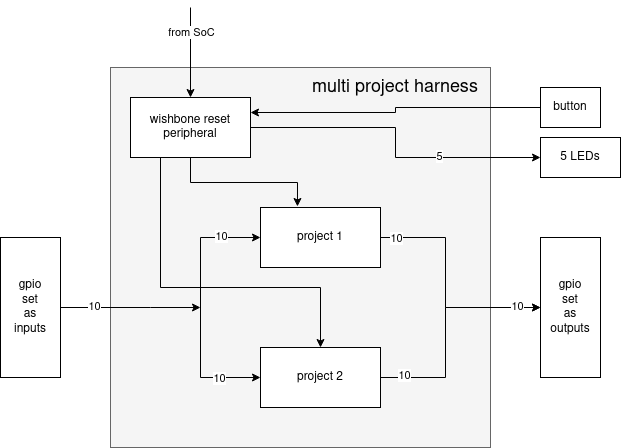
This is docs/multi-project-harness.png from mattvenn/multi-project-harness, a draw.io export, as it was before one commit. Source tidied: cells renumbered, new cells last; positions are measured from the earlier drawing's top-left corner, leaving out a move shared by most shapes.
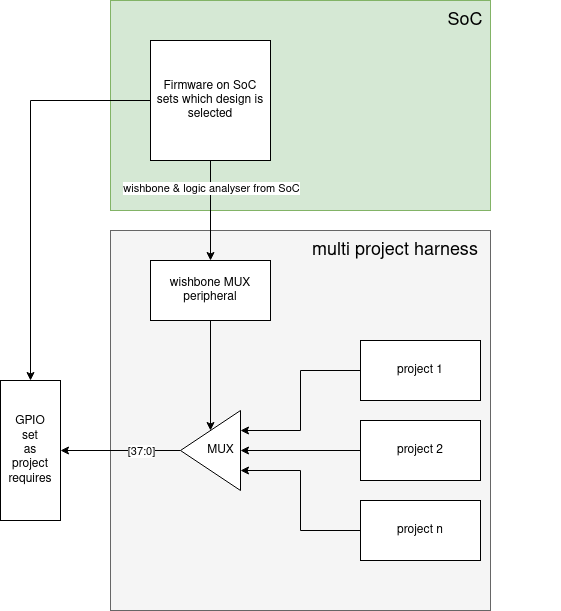
Later version of the same file.

The edit, as a diff of the source:
```diff
@@ -2,113 +2,79 @@
   <root>
     <mxCell id="0" />
     <mxCell id="1" parent="0" />
+    <mxCell id="28" style="rounded=0;whiteSpace=wrap;html=1;fillColor=#d5e8d4;strokeColor=#82b366;" parent="1" vertex="1">
+      <mxGeometry x="120" y="30" width="380" height="210" as="geometry" />
+    </mxCell>
     <mxCell id="2" style="rounded=0;whiteSpace=wrap;html=1;fillColor=#f5f5f5;strokeColor=#666666;fontColor=#333333;" parent="1" vertex="1">
-      <mxGeometry x="110" y="60" width="380" height="380" as="geometry" />
+      <mxGeometry x="120" y="260" width="380" height="380" as="geometry" />
     </mxCell>
-    <mxCell id="3" style="edgeStyle=orthogonalEdgeStyle;rounded=0;jettySize=auto;html=1;exitX=1;exitY=0.5;exitDx=0;exitDy=0;entryX=0;entryY=0.5;entryDx=0;entryDy=0;startArrow=none;startFill=0;" parent="1" edge="1" source="5" target="16">
-      <mxGeometry relative="1" as="geometry">
-        <Array as="points">
-          <mxPoint x="445" y="230" />
-          <mxPoint x="445" y="300" />
-        </Array>
-      </mxGeometry>
-    </mxCell>
-    <mxCell id="4" value="10" style="edgeLabel;html=1;align=center;verticalAlign=middle;" parent="3" vertex="1">
-      <mxGeometry x="-0.87" relative="1" as="geometry" />
-    </mxCell>
     <mxCell id="5" value="project 1" style="rounded=0;whiteSpace=wrap;html=1;" parent="1" vertex="1">
-      <mxGeometry x="260" y="200" width="120" height="60" as="geometry" />
+      <mxGeometry x="370" y="370" width="120" height="60" as="geometry" />
     </mxCell>
-    <mxCell id="6" style="edgeStyle=orthogonalEdgeStyle;rounded=0;jettySize=auto;html=1;exitX=1;exitY=0.5;exitDx=0;exitDy=0;entryX=0;entryY=0.5;entryDx=0;entryDy=0;startArrow=none;startFill=0;" parent="1" edge="1" source="9" target="16">
-      <mxGeometry relative="1" as="geometry">
-        <Array as="points">
-          <mxPoint x="445" y="370" />
-          <mxPoint x="445" y="300" />
-        </Array>
-      </mxGeometry>
-    </mxCell>
-    <mxCell id="7" value="10" style="edgeLabel;html=1;align=center;verticalAlign=middle;" parent="6" vertex="1">
-      <mxGeometry x="-0.8" y="3" relative="1" as="geometry" />
-    </mxCell>
-    <mxCell id="8" value="10" style="edgeLabel;html=1;align=center;verticalAlign=middle;" parent="6" vertex="1">
-      <mxGeometry x="0.79" y="2" relative="1" as="geometry" />
-    </mxCell>
     <mxCell id="9" value="project 2" style="rounded=0;whiteSpace=wrap;html=1;" parent="1" vertex="1">
-      <mxGeometry x="260" y="340" width="120" height="60" as="geometry" />
+      <mxGeometry x="370" y="450" width="120" height="60" as="geometry" />
     </mxCell>
-    <mxCell id="10" style="edgeStyle=orthogonalEdgeStyle;rounded=0;jettySize=auto;html=1;entryX=0;entryY=0.5;entryDx=0;entryDy=0;exitX=0;exitY=0.5;exitDx=0;exitDy=0;startArrow=classic;startFill=1;" parent="1" edge="1" source="9" target="5">
-      <mxGeometry relative="1" as="geometry">
-        <Array as="points">
-          <mxPoint x="200" y="370" />
-          <mxPoint x="200" y="230" />
-        </Array>
-      </mxGeometry>
-    </mxCell>
-    <mxCell id="11" value="10" style="edgeLabel;html=1;align=center;verticalAlign=middle;" parent="10" vertex="1">
-      <mxGeometry x="-0.68" relative="1" as="geometry" />
-    </mxCell>
-    <mxCell id="12" value="10" style="edgeLabel;html=1;align=center;verticalAlign=middle;" parent="10" vertex="1">
-      <mxGeometry x="0.69" y="2" relative="1" as="geometry" />
-    </mxCell>
-    <mxCell id="13" style="edgeStyle=orthogonalEdgeStyle;rounded=0;jettySize=auto;html=1;exitX=1;exitY=0.5;exitDx=0;exitDy=0;" parent="1" edge="1" source="15">
-      <mxGeometry relative="1" as="geometry">
-        <mxPoint x="200" y="300" as="targetPoint" />
-        <Array as="points">
-          <mxPoint x="150" y="300" />
-          <mxPoint x="150" y="300" />
-        </Array>
-      </mxGeometry>
-    </mxCell>
-    <mxCell id="14" value="10" style="edgeLabel;html=1;align=center;verticalAlign=middle;" parent="13" vertex="1">
-      <mxGeometry x="-0.25" y="20" relative="1" as="geometry">
-        <mxPoint x="-20" y="18" as="offset" />
-      </mxGeometry>
-    </mxCell>
-    <mxCell id="15" value="&lt;div&gt;gpio&lt;/div&gt;&lt;div&gt;set&lt;/div&gt;&lt;div&gt;as &lt;br&gt;&lt;/div&gt;&lt;div&gt;inputs&lt;br&gt;&lt;/div&gt;" style="rounded=0;whiteSpace=wrap;html=1;" parent="1" vertex="1">
-      <mxGeometry y="230" width="60" height="140" as="geometry" />
+    <mxCell id="15" value="&lt;div&gt;GPIO&lt;/div&gt;&lt;div&gt;set&lt;/div&gt;&lt;div&gt;as &lt;br&gt;&lt;/div&gt;&lt;div&gt;project&lt;/div&gt;&lt;div&gt;requires&lt;br&gt;&lt;/div&gt;" style="rounded=0;whiteSpace=wrap;html=1;" parent="1" vertex="1">
+      <mxGeometry x="10" y="410" width="60" height="140" as="geometry" />
     </mxCell>
-    <mxCell id="16" value="&lt;div&gt;gpio&lt;/div&gt;&lt;div&gt;set&lt;/div&gt;&lt;div&gt;as &lt;br&gt;&lt;/div&gt;&lt;div&gt;outputs&lt;br&gt;&lt;/div&gt;" style="rounded=0;whiteSpace=wrap;html=1;" parent="1" vertex="1">
-      <mxGeometry x="540" y="230" width="60" height="140" as="geometry" />
-    </mxCell>
-    <mxCell id="17" style="edgeStyle=orthogonalEdgeStyle;rounded=0;jettySize=auto;html=1;exitX=0.5;exitY=1;exitDx=0;exitDy=0;entryX=0.308;entryY=-0.017;entryDx=0;entryDy=0;entryPerimeter=0;startArrow=none;startFill=0;" parent="1" edge="1" source="21" target="5">
-      <mxGeometry relative="1" as="geometry" />
-    </mxCell>
-    <mxCell id="18" style="edgeStyle=orthogonalEdgeStyle;rounded=0;jettySize=auto;html=1;exitX=0.25;exitY=1;exitDx=0;exitDy=0;entryX=0.5;entryY=0;entryDx=0;entryDy=0;startArrow=none;startFill=0;" parent="1" edge="1" source="21" target="9">
-      <mxGeometry relative="1" as="geometry">
-        <Array as="points">
-          <mxPoint x="160" y="280" />
-          <mxPoint x="320" y="280" />
-        </Array>
-      </mxGeometry>
-    </mxCell>
-    <mxCell id="19" style="edgeStyle=orthogonalEdgeStyle;rounded=0;jettySize=auto;html=1;startArrow=none;startFill=0;" parent="1" edge="1" source="21" target="27">
-      <mxGeometry relative="1" as="geometry" />
-    </mxCell>
-    <mxCell id="20" value="5" style="edgeLabel;html=1;align=center;verticalAlign=middle;" parent="19" vertex="1">
-      <mxGeometry x="0.36" y="2" relative="1" as="geometry" />
-    </mxCell>
-    <mxCell id="21" value="wishbone reset peripheral" style="rounded=0;whiteSpace=wrap;html=1;" parent="1" vertex="1">
-      <mxGeometry x="130" y="90" width="120" height="60" as="geometry" />
+    <mxCell id="21" value="wishbone MUX peripheral" style="rounded=0;whiteSpace=wrap;html=1;" parent="1" vertex="1">
+      <mxGeometry x="160" y="290" width="120" height="60" as="geometry" />
     </mxCell>
-    <mxCell id="22" style="endArrow=classic;html=1;entryX=0.5;entryY=0;entryDx=0;entryDy=0;" parent="1" edge="1" target="21">
-      <mxGeometry relative="1" as="geometry">
-        <mxPoint x="190" as="sourcePoint" />
-      </mxGeometry>
+    <mxCell id="22" style="endArrow=classic;html=1;entryX=0.5;entryY=0;entryDx=0;entryDy=0;exitX=0.5;exitY=1;exitDx=0;exitDy=0;" parent="1" edge="1" source="30" target="21">
+      <mxGeometry relative="1" as="geometry" />
     </mxCell>
-    <mxCell id="23" value="from SoC" style="edgeLabel;html=1;align=center;verticalAlign=middle;" parent="22" vertex="1">
+    <mxCell id="23" value="wishbone &amp;amp; logic analyser from SoC" style="edgeLabel;html=1;align=center;verticalAlign=middle;" parent="22" vertex="1">
       <mxGeometry x="-0.47" relative="1" as="geometry" />
     </mxCell>
     <mxCell id="24" value="&lt;font style=&quot;font-size: 18px&quot;&gt;multi project harness&lt;/font&gt;" style="text;html=1;strokeColor=none;fillColor=none;align=center;verticalAlign=middle;whiteSpace=wrap;rounded=0;" parent="1" vertex="1">
-      <mxGeometry x="300" y="70" width="190" height="20" as="geometry" />
+      <mxGeometry x="310" y="270" width="190" height="20" as="geometry" />
     </mxCell>
-    <mxCell id="25" style="edgeStyle=orthogonalEdgeStyle;rounded=0;jettySize=auto;html=1;exitX=0;exitY=0.5;exitDx=0;exitDy=0;entryX=1;entryY=0.25;entryDx=0;entryDy=0;startArrow=none;startFill=0;" parent="1" edge="1" source="26" target="21">
-      <mxGeometry relative="1" as="geometry" />
-    </mxCell>
-    <mxCell id="26" value="button " style="rounded=0;whiteSpace=wrap;html=1;" parent="1" vertex="1">
-      <mxGeometry x="540" y="80" width="60" height="40" as="geometry" />
-    </mxCell>
-    <mxCell id="27" value="5 LEDs" style="rounded=0;whiteSpace=wrap;html=1;" parent="1" vertex="1">
-      <mxGeometry x="540" y="130" width="80" height="40" as="geometry" />
-    </mxCell>
+    <mxCell id="29" style="edgeStyle=orthogonalEdgeStyle;rounded=0;jettySize=auto;html=1;exitX=0;exitY=0.5;exitDx=0;exitDy=0;" parent="1" edge="1" source="30" target="15">
+      <mxGeometry relative="1" as="geometry" />
+    </mxCell>
+    <mxCell id="30" value="Firmware on SoC sets which design is selected" style="rounded=0;whiteSpace=wrap;html=1;" parent="1" vertex="1">
+      <mxGeometry x="160" y="70" width="120" height="120" as="geometry" />
+    </mxCell>
+    <mxCell id="31" value="project n" style="rounded=0;whiteSpace=wrap;html=1;" parent="1" vertex="1">
+      <mxGeometry x="370" y="530" width="120" height="60" as="geometry" />
+    </mxCell>
+    <mxCell id="32" style="edgeStyle=orthogonalEdgeStyle;rounded=0;jettySize=auto;html=1;exitX=0;exitY=0.75;exitDx=0;exitDy=0;entryX=0;entryY=0.5;entryDx=0;entryDy=0;startArrow=classic;startFill=1;endArrow=none;endFill=0;" parent="1" edge="1" source="38" target="5">
+      <mxGeometry relative="1" as="geometry" />
+    </mxCell>
+    <mxCell id="33" style="edgeStyle=orthogonalEdgeStyle;rounded=0;jettySize=auto;html=1;exitX=0;exitY=0.5;exitDx=0;exitDy=0;entryX=0;entryY=0.25;entryDx=0;entryDy=0;startArrow=classic;startFill=1;endArrow=none;endFill=0;" parent="1" edge="1" source="38" target="9">
+      <mxGeometry relative="1" as="geometry">
+        <Array as="points">
+          <mxPoint x="370" y="480" />
+        </Array>
+      </mxGeometry>
+    </mxCell>
+    <mxCell id="34" style="edgeStyle=orthogonalEdgeStyle;rounded=0;jettySize=auto;html=1;exitX=0;exitY=0.25;exitDx=0;exitDy=0;entryX=0;entryY=0.5;entryDx=0;entryDy=0;startArrow=classic;startFill=1;endArrow=none;endFill=0;" parent="1" edge="1" source="38" target="31">
+      <mxGeometry relative="1" as="geometry">
+        <Array as="points">
+          <mxPoint x="310" y="500" />
+          <mxPoint x="310" y="560" />
+        </Array>
+      </mxGeometry>
+    </mxCell>
+    <mxCell id="35" style="edgeStyle=orthogonalEdgeStyle;rounded=0;jettySize=auto;html=1;exitX=0.5;exitY=1;exitDx=0;exitDy=0;startArrow=classic;startFill=1;endArrow=none;endFill=0;" parent="1" edge="1" source="38" target="21">
+      <mxGeometry relative="1" as="geometry" />
+    </mxCell>
+    <mxCell id="36" style="edgeStyle=orthogonalEdgeStyle;rounded=0;jettySize=auto;html=1;exitX=1;exitY=0.5;exitDx=0;exitDy=0;entryX=1;entryY=0.5;entryDx=0;entryDy=0;startArrow=none;startFill=0;endArrow=classic;endFill=1;" parent="1" edge="1" source="38" target="15">
+      <mxGeometry relative="1" as="geometry" />
+    </mxCell>
+    <mxCell id="37" value="[37:0]" style="edgeLabel;html=1;align=center;verticalAlign=middle;" parent="36" vertex="1">
+      <mxGeometry x="0.22" y="2" relative="1" as="geometry">
+        <mxPoint x="33" y="-2" as="offset" />
+      </mxGeometry>
+    </mxCell>
+    <mxCell id="38" style="triangle;whiteSpace=wrap;html=1;rotation=-180;" parent="1" vertex="1">
+      <mxGeometry x="190" y="440" width="60" height="80" as="geometry" />
+    </mxCell>
+    <mxCell id="39" value="&lt;font style=&quot;font-size: 18px&quot;&gt;SoC&lt;/font&gt;" style="text;html=1;strokeColor=none;fillColor=none;align=center;verticalAlign=middle;whiteSpace=wrap;rounded=0;" parent="1" vertex="1">
+      <mxGeometry x="380" y="40" width="190" height="20" as="geometry" />
+    </mxCell>
+    <mxCell id="40" value="MUX" style="text;html=1;align=center;verticalAlign=middle;" parent="1" vertex="1">
+      <mxGeometry x="210" y="470" width="40" height="20" as="geometry" />
+    </mxCell>
   </root>
 </mxGraphModel>
```
